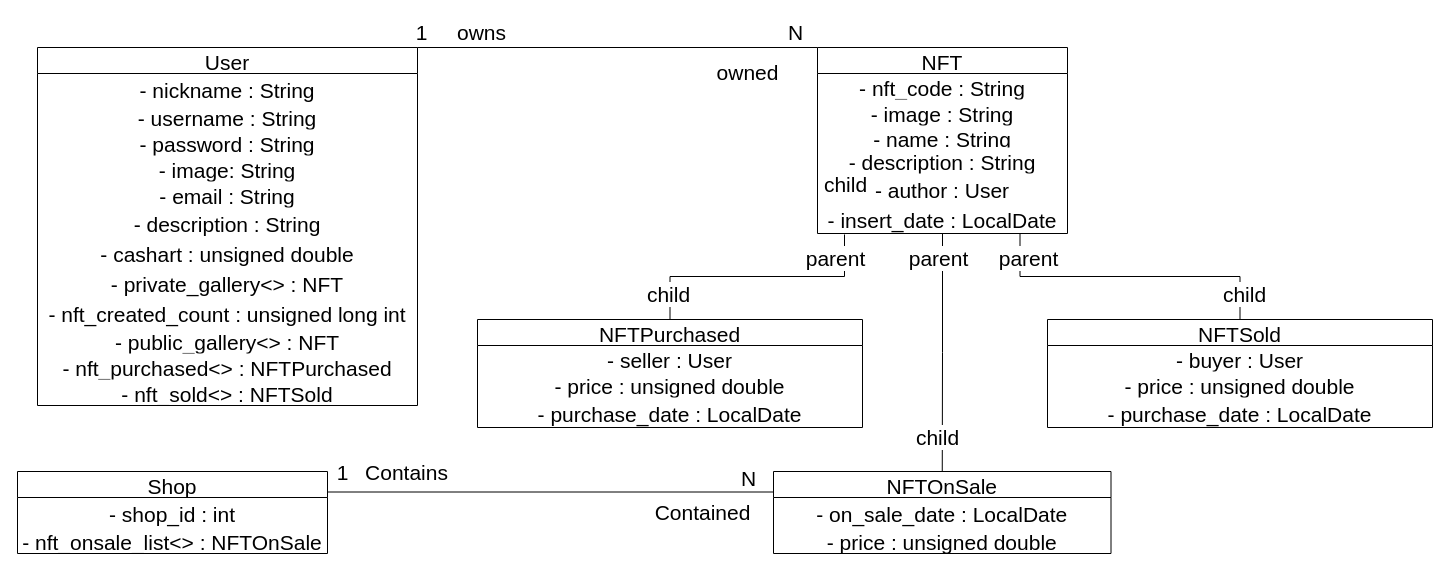
Pietroalex/Compravendita_NFT keeps this draw.io diagram as Data_Model.drawio. Above is the earlier version. Source tidied: cells renumbered, new cells numbered last; positions are measured from the earlier drawing's top-left corner, leaving out a move shared by most shapes. Both pictures are drawn from the tidied source at 100%, with x=0, y=0 at pixel (17, 17).
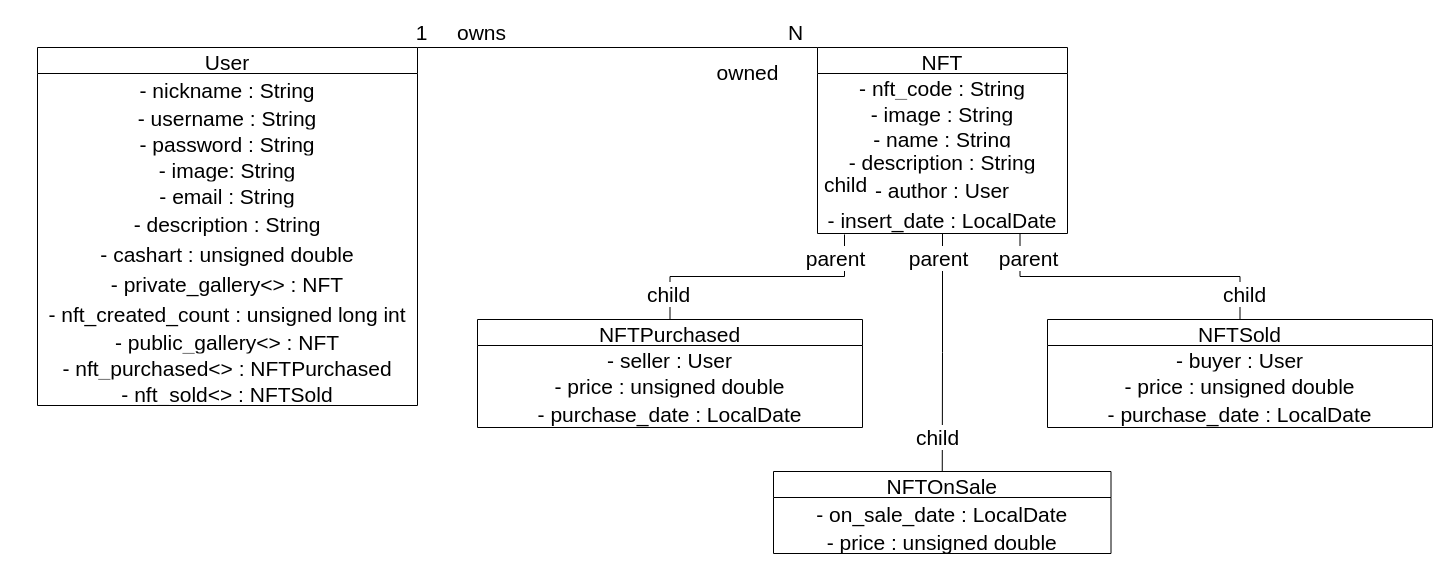
The same diagram, later.

Unchanged cells that the change refers to:
```xml
<mxCell id="25" value="NFTOnSale" style="swimlane;fontStyle=0;horizontal=1;startSize=26;fillColor=none;fontSize=21;labelPosition=center;verticalLabelPosition=middle;align=center;verticalAlign=middle;" parent="1" vertex="1">
  <mxGeometry x="756" y="454" width="337.5" height="82" as="geometry" />
</mxCell>
```

Change to the diagram source:
```diff
@@
-    <mxCell id="15" value="Shop" style="swimlane;fontStyle=0;horizontal=1;startSize=26;fillColor=none;fontSize=21;labelPosition=center;verticalLabelPosition=middle;align=center;verticalAlign=middle;" parent="1" vertex="1">
-      <mxGeometry y="454" width="310" height="82" as="geometry" />
-    </mxCell>
-    <mxCell id="16" value="- shop_id : int" style="text;strokeColor=none;fillColor=none;spacingLeft=4;spacingRight=4;overflow=hidden;fontSize=21;labelPosition=center;verticalLabelPosition=middle;align=center;verticalAlign=middle;" parent="15" vertex="1">
-      <mxGeometry y="26" width="310" height="30" as="geometry" />
-    </mxCell>
-    <mxCell id="17" value="- nft_onsale_list&lt;&gt; : NFTOnSale" style="text;strokeColor=none;fillColor=none;align=center;verticalAlign=middle;spacingLeft=4;spacingRight=4;overflow=hidden;fontSize=21;labelPosition=center;verticalLabelPosition=middle;" parent="15" vertex="1">
-      <mxGeometry y="56" width="310" height="26" as="geometry" />
-    </mxCell>
@@
-    <mxCell id="41" style="endArrow=none;html=1;rounded=0;entryX=0;entryY=0.25;entryDx=0;entryDy=0;startArrow=none;fontSize=21;labelPosition=center;verticalLabelPosition=middle;align=center;verticalAlign=middle;exitX=1;exitY=0.25;exitDx=0;exitDy=0;" parent="1" edge="1" source="15" target="25">
-      <mxGeometry relative="1" as="geometry" />
-    </mxCell>
-    <mxCell id="42" value="N" style="html=1;align=center;verticalAlign=middle;fontSize=21;labelPosition=center;verticalLabelPosition=middle;" parent="41" vertex="1">
-      <mxGeometry x="1" relative="1" as="geometry">
-        <mxPoint x="-26" y="-14" as="offset" />
-      </mxGeometry>
-    </mxCell>
-    <mxCell id="43" value="1" style="text;html=1;align=center;verticalAlign=middle;strokeColor=none;fillColor=none;fontSize=21;" parent="1" vertex="1">
-      <mxGeometry x="310" y="440" width="30" height="30" as="geometry" />
-    </mxCell>
@@
-    <mxCell id="45" value="Contains" style="text;html=1;align=center;verticalAlign=middle;strokeColor=none;fillColor=none;fontSize=21;" parent="1" vertex="1">
-      <mxGeometry x="339" y="440" width="100" height="30" as="geometry" />
-    </mxCell>
-    <mxCell id="46" value="Contained" style="text;html=1;align=center;verticalAlign=middle;strokeColor=none;fillColor=none;fontSize=21;" parent="1" vertex="1">
-      <mxGeometry x="630" y="480" width="110" height="30" as="geometry" />
-    </mxCell>
```
